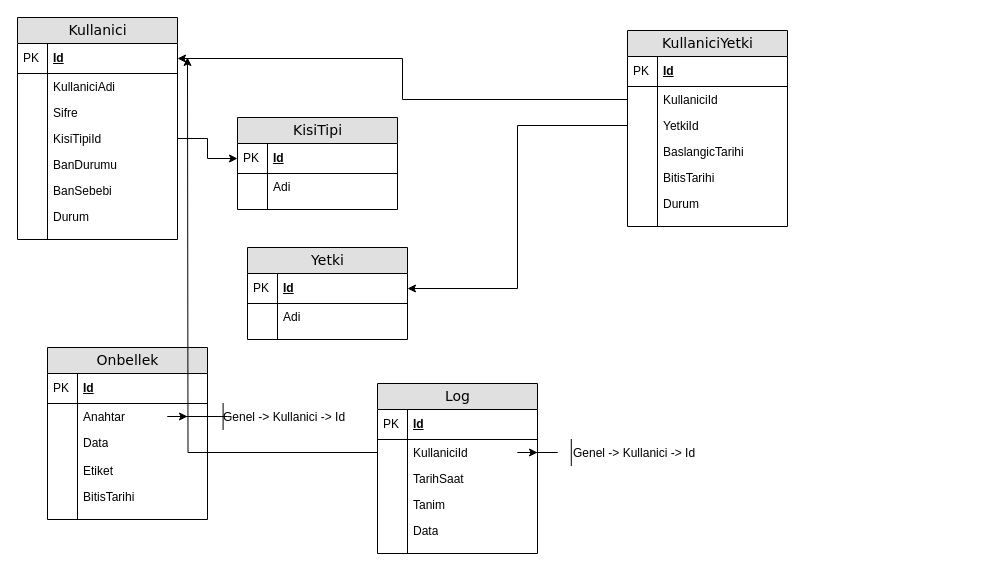
This is page "Yöneticiler" (8 of 9) of Kur 2/Veritabanı Diagrams.drawio from etuncay/kugim-gen-yazilimcilar-egitim-programi, a draw.io file, before an edit. Source tidied: cells renumbered, new cells numbered last; positions are measured from the earlier drawing's top-left corner, leaving out a move shared by most shapes. Both pictures are drawn from the tidied source at 100%, with x=0, y=0 at pixel (17, 17).
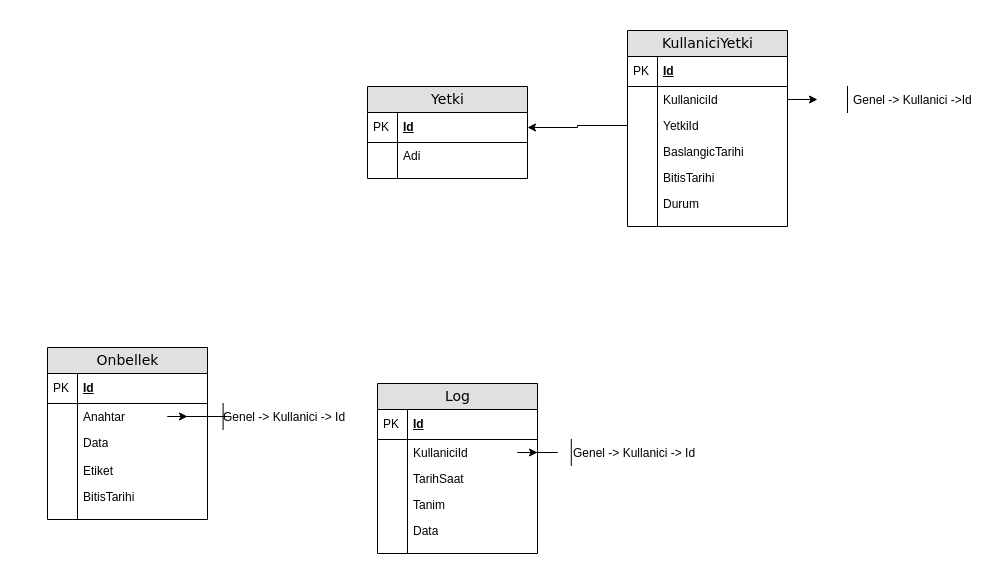
Above is the later version.

The change refers to these unchanged cells:
```xml
<mxCell id="37" value="KullaniciId" style="shape=partialRectangle;top=0;left=0;right=0;bottom=0;html=1;align=left;verticalAlign=top;fillColor=none;spacingLeft=34;spacingRight=4;whiteSpace=wrap;overflow=hidden;points=[[0,0.5],[1,0.5]];portConstraint=eastwest;" parent="34" vertex="1">
  <mxGeometry y="56" width="160" height="26" as="geometry" />
</mxCell>
<mxCell id="52" value="KullaniciId" style="shape=partialRectangle;top=0;left=0;right=0;bottom=0;html=1;align=left;verticalAlign=top;fillColor=none;spacingLeft=34;spacingRight=4;whiteSpace=wrap;overflow=hidden;points=[[0,0.5],[1,0.5]];portConstraint=eastwest;" parent="49" vertex="1">
  <mxGeometry y="56" width="160" height="26" as="geometry" />
</mxCell>
```

The edit, as a diff of the source:
```diff
@@
-    <mxCell id="2" value="Kullanici" style="swimlane;html=1;fontStyle=0;horizontal=1;startSize=26;fillColor=#e0e0e0;swimlaneFillColor=#ffffff;align=center;rounded=0;shadow=0;comic=0;labelBackgroundColor=none;strokeWidth=1;fontFamily=Verdana;fontSize=14;" parent="1" vertex="1">
-      <mxGeometry width="160" height="222" as="geometry" />
-    </mxCell>
-    <mxCell id="3" value="Id" style="shape=partialRectangle;top=0;left=0;right=0;bottom=1;html=1;align=left;verticalAlign=middle;fillColor=none;spacingLeft=34;spacingRight=4;whiteSpace=wrap;overflow=hidden;points=[[0,0.5],[1,0.5]];portConstraint=eastwest;fontStyle=5;" parent="2" vertex="1">
-      <mxGeometry y="26" width="160" height="30" as="geometry" />
-    </mxCell>
-    <mxCell id="4" value="PK" style="shape=partialRectangle;top=0;left=0;bottom=0;html=1;fillColor=none;align=left;verticalAlign=middle;spacingLeft=4;spacingRight=4;whiteSpace=wrap;overflow=hidden;" parent="3" vertex="1">
-      <mxGeometry width="30" height="30" as="geometry" />
-    </mxCell>
-    <mxCell id="5" value="KullaniciAdi" style="shape=partialRectangle;top=0;left=0;right=0;bottom=0;html=1;align=left;verticalAlign=top;fillColor=none;spacingLeft=34;spacingRight=4;whiteSpace=wrap;overflow=hidden;" parent="2" vertex="1">
-      <mxGeometry y="56" width="160" height="26" as="geometry" />
-    </mxCell>
-    <mxCell id="6" style="shape=partialRectangle;top=0;left=0;bottom=0;html=1;fillColor=none;align=left;verticalAlign=top;spacingLeft=4;spacingRight=4;whiteSpace=wrap;overflow=hidden;" parent="5" vertex="1">
-      <mxGeometry width="30" height="26" as="geometry" />
-    </mxCell>
-    <mxCell id="7" value="Sifre" style="shape=partialRectangle;top=0;left=0;right=0;bottom=0;html=1;align=left;verticalAlign=top;fillColor=none;spacingLeft=34;spacingRight=4;whiteSpace=wrap;overflow=hidden;" parent="2" vertex="1">
-      <mxGeometry y="82" width="160" height="26" as="geometry" />
-    </mxCell>
-    <mxCell id="8" style="shape=partialRectangle;top=0;left=0;bottom=0;html=1;fillColor=none;align=left;verticalAlign=top;spacingLeft=4;spacingRight=4;whiteSpace=wrap;overflow=hidden;" parent="7" vertex="1">
-      <mxGeometry width="30" height="26" as="geometry" />
-    </mxCell>
-    <mxCell id="9" value="KisiTipiId" style="shape=partialRectangle;top=0;left=0;right=0;bottom=0;html=1;align=left;verticalAlign=top;fillColor=none;spacingLeft=34;spacingRight=4;whiteSpace=wrap;overflow=hidden;points=[[0,0.5],[1,0.5]];portConstraint=eastwest;" parent="2" vertex="1">
-      <mxGeometry y="108" width="160" height="26" as="geometry" />
-    </mxCell>
-    <mxCell id="10" style="shape=partialRectangle;top=0;left=0;bottom=0;html=1;fillColor=none;align=left;verticalAlign=top;spacingLeft=4;spacingRight=4;whiteSpace=wrap;overflow=hidden;" parent="9" vertex="1">
-      <mxGeometry width="30" height="26" as="geometry" />
-    </mxCell>
-    <mxCell id="11" value="BanDurumu" style="shape=partialRectangle;top=0;left=0;right=0;bottom=0;html=1;align=left;verticalAlign=top;fillColor=none;spacingLeft=34;spacingRight=4;whiteSpace=wrap;overflow=hidden;" parent="2" vertex="1">
-      <mxGeometry y="134" width="160" height="26" as="geometry" />
-    </mxCell>
-    <mxCell id="12" style="shape=partialRectangle;top=0;left=0;bottom=0;html=1;fillColor=none;align=left;verticalAlign=top;spacingLeft=4;spacingRight=4;whiteSpace=wrap;overflow=hidden;" parent="11" vertex="1">
-      <mxGeometry width="30" height="26" as="geometry" />
-    </mxCell>
-    <mxCell id="13" value="BanSebebi" style="shape=partialRectangle;top=0;left=0;right=0;bottom=0;html=1;align=left;verticalAlign=top;fillColor=none;spacingLeft=34;spacingRight=4;whiteSpace=wrap;overflow=hidden;" parent="2" vertex="1">
-      <mxGeometry y="160" width="160" height="26" as="geometry" />
-    </mxCell>
-    <mxCell id="14" style="shape=partialRectangle;top=0;left=0;bottom=0;html=1;fillColor=none;align=left;verticalAlign=top;spacingLeft=4;spacingRight=4;whiteSpace=wrap;overflow=hidden;" parent="13" vertex="1">
-      <mxGeometry width="30" height="26" as="geometry" />
-    </mxCell>
-    <mxCell id="15" value="Durum" style="shape=partialRectangle;top=0;left=0;right=0;bottom=0;html=1;align=left;verticalAlign=top;fillColor=none;spacingLeft=34;spacingRight=4;whiteSpace=wrap;overflow=hidden;" parent="2" vertex="1">
-      <mxGeometry y="186" width="160" height="26" as="geometry" />
-    </mxCell>
-    <mxCell id="16" style="shape=partialRectangle;top=0;left=0;bottom=0;html=1;fillColor=none;align=left;verticalAlign=top;spacingLeft=4;spacingRight=4;whiteSpace=wrap;overflow=hidden;" parent="15" vertex="1">
-      <mxGeometry width="30" height="26" as="geometry" />
-    </mxCell>
-    <mxCell id="17" style="shape=partialRectangle;top=0;left=0;right=0;bottom=0;html=1;align=left;verticalAlign=top;fillColor=none;spacingLeft=34;spacingRight=4;whiteSpace=wrap;overflow=hidden;" parent="2" vertex="1">
-      <mxGeometry y="212" width="160" height="10" as="geometry" />
-    </mxCell>
-    <mxCell id="18" style="shape=partialRectangle;top=0;left=0;bottom=0;html=1;fillColor=none;align=left;verticalAlign=top;spacingLeft=4;spacingRight=4;whiteSpace=wrap;overflow=hidden;" parent="17" vertex="1">
-      <mxGeometry width="30" height="10" as="geometry" />
-    </mxCell>
-    <mxCell id="19" value="KisiTipi" style="swimlane;html=1;fontStyle=0;horizontal=1;startSize=26;fillColor=#e0e0e0;swimlaneFillColor=#ffffff;align=center;rounded=0;shadow=0;comic=0;labelBackgroundColor=none;strokeWidth=1;fontFamily=Verdana;fontSize=14;" parent="1" vertex="1">
-      <mxGeometry x="220" y="100" width="160" height="92" as="geometry" />
-    </mxCell>
-    <mxCell id="20" value="Id" style="shape=partialRectangle;top=0;left=0;right=0;bottom=1;html=1;align=left;verticalAlign=middle;fillColor=none;spacingLeft=34;spacingRight=4;whiteSpace=wrap;overflow=hidden;points=[[0,0.5],[1,0.5]];portConstraint=eastwest;fontStyle=5;" parent="19" vertex="1">
-      <mxGeometry y="26" width="160" height="30" as="geometry" />
-    </mxCell>
-    <mxCell id="21" value="PK" style="shape=partialRectangle;top=0;left=0;bottom=0;html=1;fillColor=none;align=left;verticalAlign=middle;spacingLeft=4;spacingRight=4;whiteSpace=wrap;overflow=hidden;" parent="20" vertex="1">
-      <mxGeometry width="30" height="30" as="geometry" />
-    </mxCell>
-    <mxCell id="22" value="Adi" style="shape=partialRectangle;top=0;left=0;right=0;bottom=0;html=1;align=left;verticalAlign=top;fillColor=none;spacingLeft=34;spacingRight=4;whiteSpace=wrap;overflow=hidden;" parent="19" vertex="1">
-      <mxGeometry y="56" width="160" height="26" as="geometry" />
-    </mxCell>
-    <mxCell id="23" style="shape=partialRectangle;top=0;left=0;bottom=0;html=1;fillColor=none;align=left;verticalAlign=top;spacingLeft=4;spacingRight=4;whiteSpace=wrap;overflow=hidden;" parent="22" vertex="1">
-      <mxGeometry width="30" height="26" as="geometry" />
-    </mxCell>
-    <mxCell id="24" style="shape=partialRectangle;top=0;left=0;right=0;bottom=0;html=1;align=left;verticalAlign=top;fillColor=none;spacingLeft=34;spacingRight=4;whiteSpace=wrap;overflow=hidden;" parent="19" vertex="1">
-      <mxGeometry y="82" width="160" height="10" as="geometry" />
-    </mxCell>
-    <mxCell id="25" style="shape=partialRectangle;top=0;left=0;bottom=0;html=1;fillColor=none;align=left;verticalAlign=top;spacingLeft=4;spacingRight=4;whiteSpace=wrap;overflow=hidden;" parent="24" vertex="1">
-      <mxGeometry width="30" height="10" as="geometry" />
-    </mxCell>
-    <mxCell id="26" style="edgeStyle=orthogonalEdgeStyle;rounded=0;jettySize=auto;html=1;entryX=0;entryY=0.5;entryDx=0;entryDy=0;" parent="1" edge="1" source="9" target="20">
-      <mxGeometry relative="1" as="geometry" />
+    <mxCell id="26" style="edgeStyle=orthogonalEdgeStyle;rounded=0;orthogonalLoop=1;jettySize=auto;html=1;entryX=0;entryY=0.5;entryDx=0;entryDy=0;" parent="1" edge="1">
+      <mxGeometry relative="1" as="geometry">
+        <mxPoint x="160" y="121" as="sourcePoint" />
+      </mxGeometry>
     </mxCell>
     <mxCell id="27" value="Yetki" style="swimlane;html=1;fontStyle=0;horizontal=1;startSize=26;fillColor=#e0e0e0;swimlaneFillColor=#ffffff;align=center;rounded=0;shadow=0;comic=0;labelBackgroundColor=none;strokeWidth=1;fontFamily=Verdana;fontSize=14;" parent="1" vertex="1">
-      <mxGeometry x="230" y="230" width="160" height="92" as="geometry" />
+      <mxGeometry x="350" y="69" width="160" height="92" as="geometry" />
     </mxCell>
@@
-    <mxCell id="81" style="edgeStyle=orthogonalEdgeStyle;rounded=0;jettySize=auto;html=1;entryX=1;entryY=0.5;entryDx=0;entryDy=0;" parent="1" edge="1" source="37" target="3">
-      <mxGeometry relative="1" as="geometry" />
-    </mxCell>
@@
-    <mxCell id="83" style="edgeStyle=orthogonalEdgeStyle;rounded=0;jettySize=auto;html=1;" parent="1" edge="1" source="52">
-      <mxGeometry relative="1" as="geometry">
-        <mxPoint x="170" y="40" as="targetPoint" />
-      </mxGeometry>
-    </mxCell>
+    <mxCell id="84" value="Genel -&amp;gt; Kullanici -&amp;gt;Id" style="shape=partialRectangle;top=0;left=0;right=0;bottom=0;html=1;align=left;verticalAlign=top;fillColor=none;spacingLeft=34;spacingRight=4;whiteSpace=wrap;overflow=hidden;points=[[0,0.5],[1,0.5]];portConstraint=eastwest;" parent="1" vertex="1">
+      <mxGeometry x="800" y="69" width="160" height="26" as="geometry" />
+    </mxCell>
+    <mxCell id="85" style="shape=partialRectangle;top=0;left=0;bottom=0;html=1;fillColor=none;align=left;verticalAlign=top;spacingLeft=4;spacingRight=4;whiteSpace=wrap;overflow=hidden;" parent="84" vertex="1">
+      <mxGeometry width="30" height="26" as="geometry" />
+    </mxCell>
+    <mxCell id="86" style="edgeStyle=orthogonalEdgeStyle;rounded=0;jettySize=auto;html=1;" parent="1" edge="1" source="37" target="84">
+      <mxGeometry relative="1" as="geometry" />
+    </mxCell>
```
